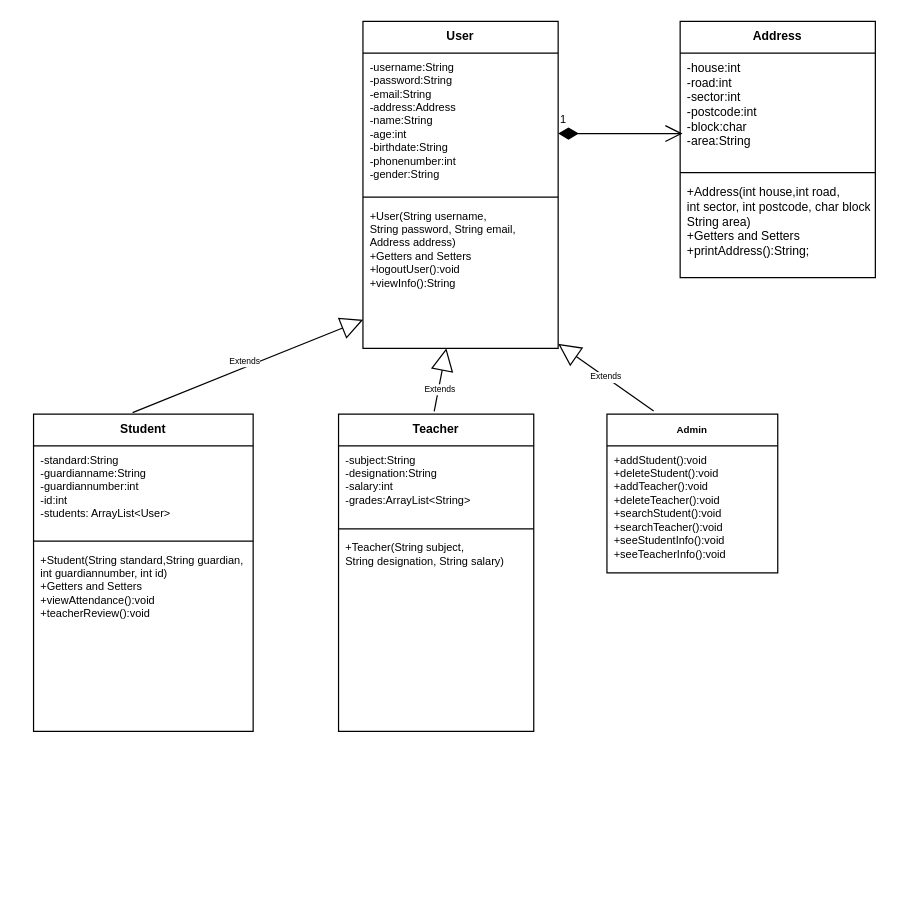
The draw.io diagram UML Class Diagram.drawio in akifzahin/Java-School-Management-System, before the edit. Source tidied: cells renumbered, new cells numbered last; positions are measured from the earlier drawing's top-left corner, leaving out a move shared by most shapes. Both pictures are drawn from the tidied source at 122%, with x=0, y=0 at pixel (33, 21).
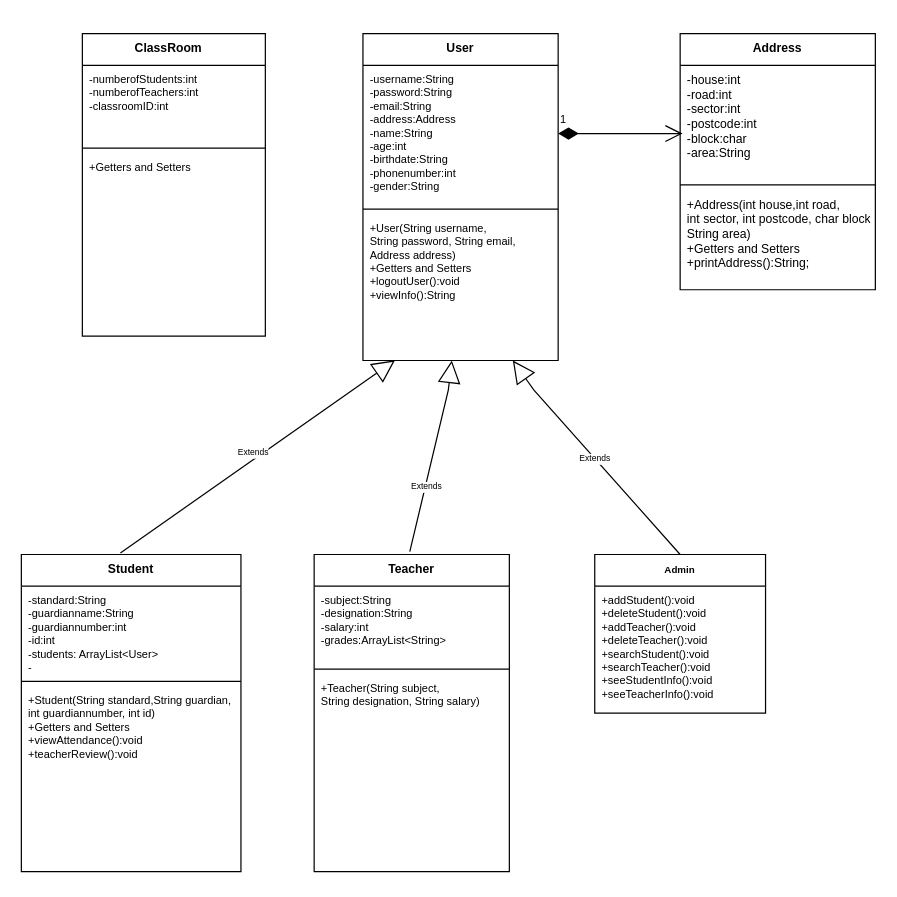
The same page after the edit.

The change refers to these unchanged cells:
```xml
<mxCell id="5" value="+User(String username,&#10;String password, String email, &#10;Address address)&#10;+Getters and Setters&#10;+logoutUser():void&#10;+viewInfo():String&#10;&#10;" style="text;align=left;verticalAlign=top;spacingLeft=4;spacingRight=4;overflow=hidden;points=[[0,0.5],[1,0.5]];portConstraint=eastwest;fontSize=9;" parent="2" vertex="1">
  <mxGeometry y="148" width="160" height="120" as="geometry" />
</mxCell>
```

The edit, as a diff of the source:
```diff
@@
     <mxCell id="2" value="User" style="swimlane;fontStyle=1;align=center;verticalAlign=top;horizontal=1;startSize=26;rounded=0;shadow=0;strokeWidth=1;fontSize=10;" parent="1" vertex="1">
-      <mxGeometry x="270" width="160" height="268" as="geometry" />
+      <mxGeometry x="270" y="10" width="160" height="268" as="geometry" />
     </mxCell>
@@
     <mxCell id="6" value="Address" style="swimlane;fontStyle=1;align=center;verticalAlign=top;horizontal=1;startSize=26;rounded=0;shadow=0;strokeWidth=1;fontSize=10;" parent="1" vertex="1">
-      <mxGeometry x="530" width="160" height="210" as="geometry" />
+      <mxGeometry x="530" y="10" width="160" height="210" as="geometry" />
     </mxCell>
@@
     <mxCell id="10" value="Student" style="swimlane;fontStyle=1;align=center;verticalAlign=top;horizontal=1;startSize=26;fontSize=10;" parent="1" vertex="1">
-      <mxGeometry y="322" width="180" height="260" as="geometry" />
+      <mxGeometry x="-10" y="437" width="180" height="260" as="geometry" />
     </mxCell>
-    <mxCell id="11" value="-standard:String&#10;-guardianname:String&#10;-guardiannumber:int&#10;-id:int&#10;-students: ArrayList&lt;User&gt;&#10;&#10;&#10;&#10;" style="text;strokeColor=none;fillColor=none;align=left;verticalAlign=top;spacingLeft=4;spacingRight=4;overflow=hidden;fontSize=9;" parent="10" vertex="1">
+    <mxCell id="11" value="-standard:String&#10;-guardianname:String&#10;-guardiannumber:int&#10;-id:int&#10;-students: ArrayList&lt;User&gt;&#10;-&#10;&#10;&#10;" style="text;strokeColor=none;fillColor=none;align=left;verticalAlign=top;spacingLeft=4;spacingRight=4;overflow=hidden;fontSize=9;" parent="10" vertex="1">
       <mxGeometry y="26" width="180" height="74" as="geometry" />
     </mxCell>
@@
     <mxCell id="14" value="Teacher" style="swimlane;fontStyle=1;align=center;verticalAlign=top;horizontal=1;startSize=26;fontSize=10;" parent="1" vertex="1">
-      <mxGeometry x="250" y="322" width="160" height="260" as="geometry" />
+      <mxGeometry x="230" y="437" width="160" height="260" as="geometry" />
     </mxCell>
@@
-    <mxCell id="18" value="Extends" style="endArrow=block;endSize=16;endFill=0;html=1;rounded=0;fontSize=7;exitX=0.451;exitY=-0.005;exitDx=0;exitDy=0;exitPerimeter=0;entryX=0.001;entryY=0.805;entryDx=0;entryDy=0;entryPerimeter=0;" parent="1" edge="1" source="10" target="5">
+    <mxCell id="18" value="Extends" style="endArrow=block;endSize=16;endFill=0;html=1;rounded=0;fontSize=7;exitX=0.451;exitY=-0.005;exitDx=0;exitDy=0;exitPerimeter=0;entryX=0.164;entryY=0.999;entryDx=0;entryDy=0;entryPerimeter=0;" parent="1" edge="1" source="10" target="5">
       <mxGeometry x="-0.01" y="4" relative="1" as="geometry" />
     </mxCell>
     <mxCell id="19" value="Extends" style="endArrow=block;endSize=16;endFill=0;html=1;rounded=0;fontSize=7;exitX=0.49;exitY=-0.009;exitDx=0;exitDy=0;exitPerimeter=0;" parent="1" edge="1" source="14" target="5">
-      <mxGeometry x="-0.33" y="-1" relative="1" as="geometry" />
+      <mxGeometry x="-0.33" y="-1" relative="1" as="geometry">
+        <Array as="points">
+          <mxPoint x="340" y="302" />
+        </Array>
+      </mxGeometry>
     </mxCell>
-    <mxCell id="20" value="Extends" style="endArrow=block;endSize=16;endFill=0;html=1;rounded=0;fontSize=7;exitX=0.552;exitY=-0.037;exitDx=0;exitDy=0;exitPerimeter=0;" parent="1" edge="1" target="5">
+    <mxCell id="20" value="Extends" style="endArrow=block;endSize=16;endFill=0;html=1;rounded=0;fontSize=7;exitX=0.5;exitY=0;exitDx=0;exitDy=0;" parent="1" edge="1" source="22" target="5">
       <mxGeometry relative="1" as="geometry">
-        <mxPoint x="508.3" y="319.4" as="sourcePoint" />
+        <Array as="points">
+          <mxPoint x="410" y="302" />
+        </Array>
       </mxGeometry>
     </mxCell>
@@
     <mxCell id="22" value="Admin" style="swimlane;fontStyle=1;horizontal=1;startSize=26;fillColor=none;labelBackgroundColor=default;fontSize=8;" parent="1" vertex="1">
-      <mxGeometry x="470" y="322" width="140" height="130" as="geometry" />
+      <mxGeometry x="460" y="437" width="140" height="130" as="geometry" />
     </mxCell>
@@
+    <mxCell id="24" value="ClassRoom   " style="swimlane;fontStyle=1;align=center;verticalAlign=top;horizontal=1;startSize=26;fontSize=10;" parent="1" vertex="1">
+      <mxGeometry x="40" y="10" width="150" height="248" as="geometry" />
+    </mxCell>
+    <mxCell id="25" value="-numberofStudents:int&#10;-numberofTeachers:int&#10;-classroomID:int&#10;" style="text;strokeColor=none;fillColor=none;align=left;verticalAlign=top;spacingLeft=4;spacingRight=4;overflow=hidden;fontSize=9;" parent="24" vertex="1">
+      <mxGeometry y="26" width="150" height="64" as="geometry" />
+    </mxCell>
+    <mxCell id="26" style="line;strokeWidth=1;fillColor=none;align=left;verticalAlign=middle;spacingTop=-1;spacingLeft=3;spacingRight=3;labelPosition=right;" parent="24" vertex="1">
+      <mxGeometry y="90" width="150" height="8" as="geometry" />
+    </mxCell>
+    <mxCell id="27" value="+Getters and Setters" style="text;strokeColor=none;fillColor=none;align=left;verticalAlign=top;spacingLeft=4;spacingRight=4;overflow=hidden;fontSize=9;" parent="24" vertex="1">
+      <mxGeometry y="98" width="150" height="150" as="geometry" />
+    </mxCell>
```
